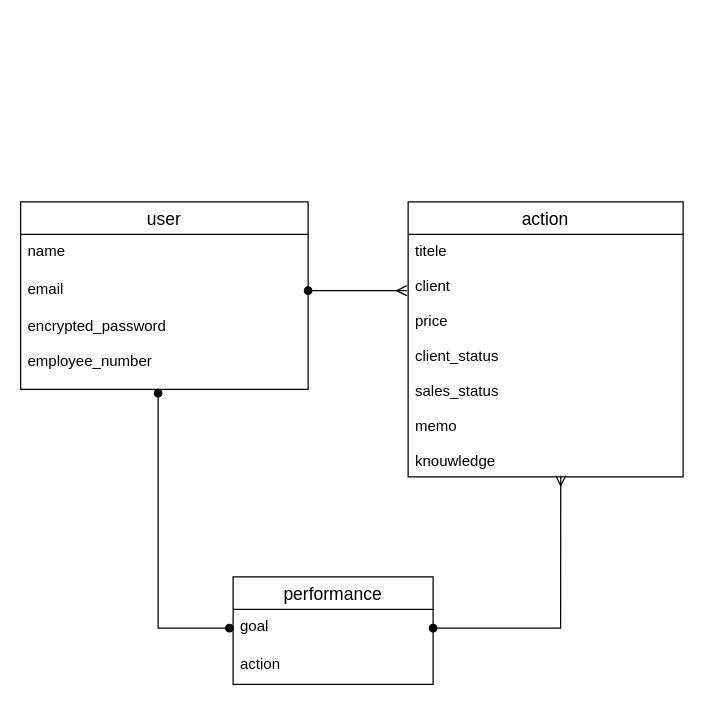
Earlier version of the draw.io diagram urican.dio (sayaka-ando/urican_app). Source tidied: cells renumbered, new cells numbered last; positions are measured from the earlier drawing's top-left corner, leaving out a move shared by most shapes. Both pictures are drawn from the tidied source at 125%, with x=0, y=0 at pixel (20, 201).
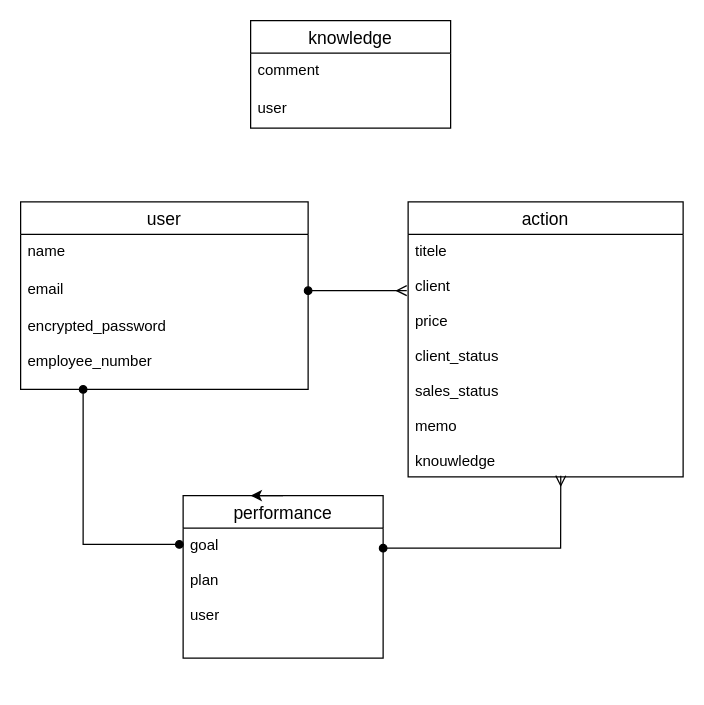
Above is the later version.

Change to the diagram source:
```diff
@@
 <mxGraphModel>
   <root>
     <mxCell id="0" />
     <mxCell id="1" parent="0" />
     <mxCell id="2" value="user" style="swimlane;fontStyle=0;horizontal=1;startSize=26;align=center;fontSize=14;" parent="1" vertex="1">
       <mxGeometry width="230" height="150" as="geometry" />
     </mxCell>
     <mxCell id="3" value="name&#10;" style="text;strokeColor=none;fillColor=none;spacingLeft=4;spacingRight=4;overflow=hidden;fontSize=12;" parent="2" vertex="1">
       <mxGeometry y="26" width="230" height="30" as="geometry" />
     </mxCell>
     <mxCell id="4" value="email&#10;" style="text;strokeColor=none;fillColor=none;spacingLeft=4;spacingRight=4;overflow=hidden;points=[[0,0.5],[1,0.5]];portConstraint=eastwest;fontSize=12;" parent="2" vertex="1">
       <mxGeometry y="56" width="230" height="30" as="geometry" />
     </mxCell>
     <mxCell id="5" value="encrypted_password&#10;&#10;employee_number" style="text;strokeColor=none;fillColor=none;spacingLeft=4;spacingRight=4;overflow=hidden;fontSize=12;" parent="2" vertex="1">
       <mxGeometry y="86" width="230" height="64" as="geometry" />
     </mxCell>
     <mxCell id="6" value="action" style="swimlane;fontStyle=0;horizontal=1;startSize=26;align=center;fontSize=14;" parent="1" vertex="1">
       <mxGeometry x="310" width="220" height="220" as="geometry" />
     </mxCell>
     <mxCell id="7" value="titele&#10;&#10;client&#10;&#10;price&#10;&#10;client_status&#10;&#10;sales_status&#10;&#10;memo&#10;&#10;knouwledge" style="text;strokeColor=none;fillColor=none;spacingLeft=4;spacingRight=4;overflow=hidden;points=[[0,0.5],[1,0.5]];portConstraint=eastwest;fontSize=12;" parent="6" vertex="1">
       <mxGeometry y="26" width="220" height="194" as="geometry" />
     </mxCell>
     <mxCell id="8" value="performance" style="swimlane;fontStyle=0;horizontal=1;startSize=26;align=center;fontSize=14;" parent="1" vertex="1">
-      <mxGeometry x="170" y="300" width="160" height="86" as="geometry" />
+      <mxGeometry x="130" y="235" width="160" height="130" as="geometry" />
     </mxCell>
-    <mxCell id="9" value="goal" style="text;strokeColor=none;fillColor=none;spacingLeft=4;spacingRight=4;overflow=hidden;points=[[0,0.5],[1,0.5]];portConstraint=eastwest;fontSize=12;" parent="8" vertex="1">
-      <mxGeometry y="26" width="160" height="30" as="geometry" />
+    <mxCell id="9" value="goal&#10;&#10;plan&#10;&#10;user&#10;" style="text;strokeColor=none;fillColor=none;spacingLeft=4;spacingRight=4;overflow=hidden;points=[[0,0.5],[1,0.5]];portConstraint=eastwest;fontSize=12;" parent="8" vertex="1">
+      <mxGeometry y="26" width="160" height="104" as="geometry" />
     </mxCell>
-    <mxCell id="10" value="action" style="text;strokeColor=none;fillColor=none;spacingLeft=4;spacingRight=4;overflow=hidden;fontSize=12;" parent="8" vertex="1">
-      <mxGeometry y="56" width="160" height="30" as="geometry" />
-    </mxCell>
     <mxCell id="11" style="rounded=0;jettySize=auto;html=1;exitX=1;exitY=0.5;exitDx=0;exitDy=0;entryX=-0.005;entryY=0.232;entryDx=0;entryDy=0;entryPerimeter=0;startArrow=oval;startFill=1;endArrow=ERmany;endFill=0;" parent="1" edge="1" source="4" target="7">
       <mxGeometry relative="1" as="geometry" />
     </mxCell>
-    <mxCell id="12" style="endArrow=oval;html=1;rounded=0;endFill=1;startArrow=oval;startFill=1;" parent="1" edge="1">
+    <mxCell id="12" style="endArrow=oval;html=1;rounded=0;endFill=1;startArrow=oval;startFill=1;entryX=-0.019;entryY=0.125;entryDx=0;entryDy=0;entryPerimeter=0;" parent="1" edge="1" target="9">
       <mxGeometry relative="1" as="geometry">
-        <mxPoint x="110" y="153" as="sourcePoint" />
-        <mxPoint x="167" y="341" as="targetPoint" />
+        <mxPoint x="50" y="150" as="sourcePoint" />
         <Array as="points">
-          <mxPoint x="110" y="341" />
+          <mxPoint x="50" y="274" />
         </Array>
       </mxGeometry>
     </mxCell>
-    <mxCell id="13" style="edgeStyle=none;rounded=0;jettySize=auto;html=1;exitX=1;exitY=0.5;exitDx=0;exitDy=0;entryX=0.555;entryY=0.995;entryDx=0;entryDy=0;entryPerimeter=0;startArrow=oval;startFill=1;endArrow=ERmany;endFill=0;" parent="1" edge="1" source="9" target="7">
+    <mxCell id="13" style="edgeStyle=none;rounded=0;jettySize=auto;html=1;exitX=1;exitY=0.154;exitDx=0;exitDy=0;entryX=0.555;entryY=0.995;entryDx=0;entryDy=0;entryPerimeter=0;startArrow=oval;startFill=1;endArrow=ERmany;endFill=0;exitPerimeter=0;" parent="1" edge="1" source="9" target="7">
       <mxGeometry relative="1" as="geometry">
         <Array as="points">
-          <mxPoint x="432" y="341" />
+          <mxPoint x="432" y="277" />
         </Array>
       </mxGeometry>
     </mxCell>
+    <mxCell id="10" style="edgeStyle=orthogonalEdgeStyle;rounded=0;orthogonalLoop=1;jettySize=auto;html=1;exitX=0.5;exitY=0;exitDx=0;exitDy=0;entryX=0.338;entryY=0;entryDx=0;entryDy=0;entryPerimeter=0;" parent="1" edge="1" source="8" target="8">
+      <mxGeometry relative="1" as="geometry" />
+    </mxCell>
+    <mxCell id="14" value="knowledge" style="swimlane;fontStyle=0;horizontal=1;startSize=26;align=center;fontSize=14;" parent="1" vertex="1">
+      <mxGeometry x="184" y="-145" width="160" height="86" as="geometry" />
+    </mxCell>
+    <mxCell id="15" value="comment" style="text;strokeColor=none;fillColor=none;spacingLeft=4;spacingRight=4;overflow=hidden;fontSize=12;" parent="14" vertex="1">
+      <mxGeometry y="26" width="160" height="30" as="geometry" />
+    </mxCell>
+    <mxCell id="16" value="user" style="text;strokeColor=none;fillColor=none;spacingLeft=4;spacingRight=4;overflow=hidden;fontSize=12;" parent="14" vertex="1">
+      <mxGeometry y="56" width="160" height="30" as="geometry" />
+    </mxCell>
   </root>
 </mxGraphModel>
```
